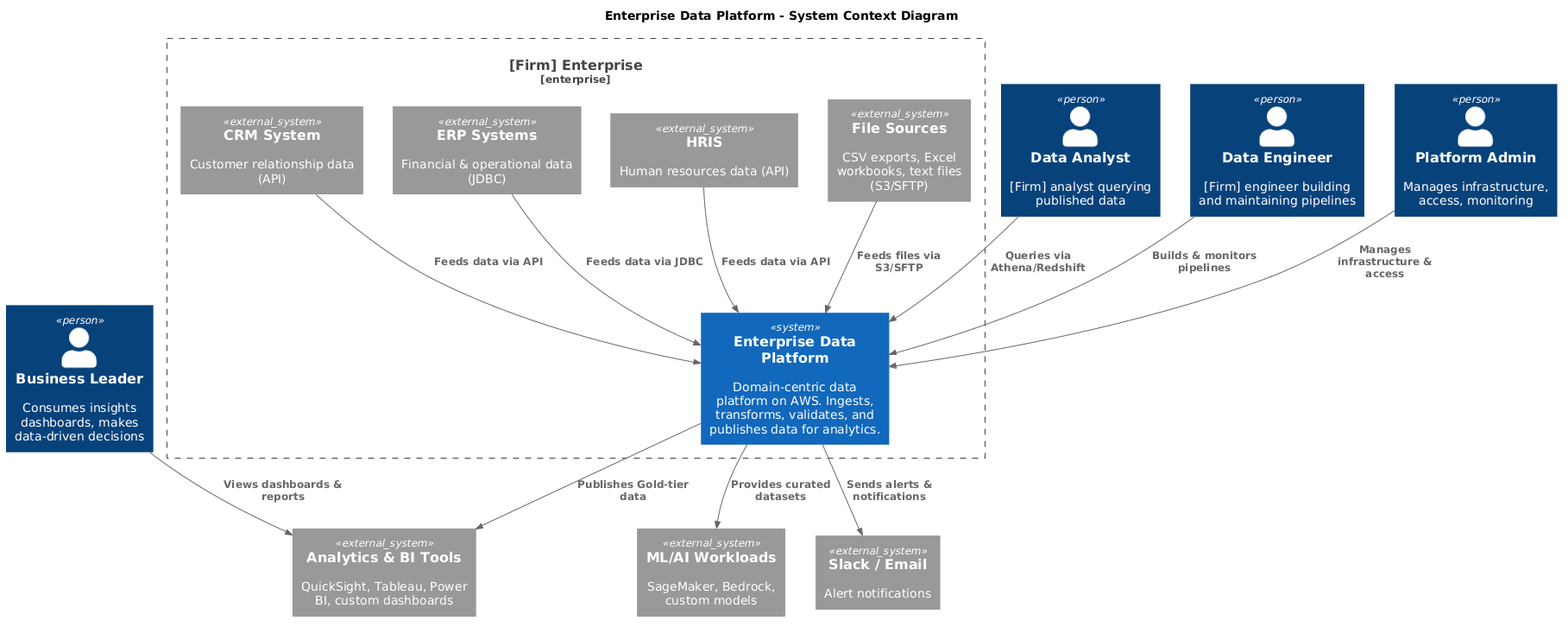
AKharytonchyk/assessment-rfp keeps this PlantUML diagram as docs/architecture/c4/c4-context.png. Above is the earlier version.
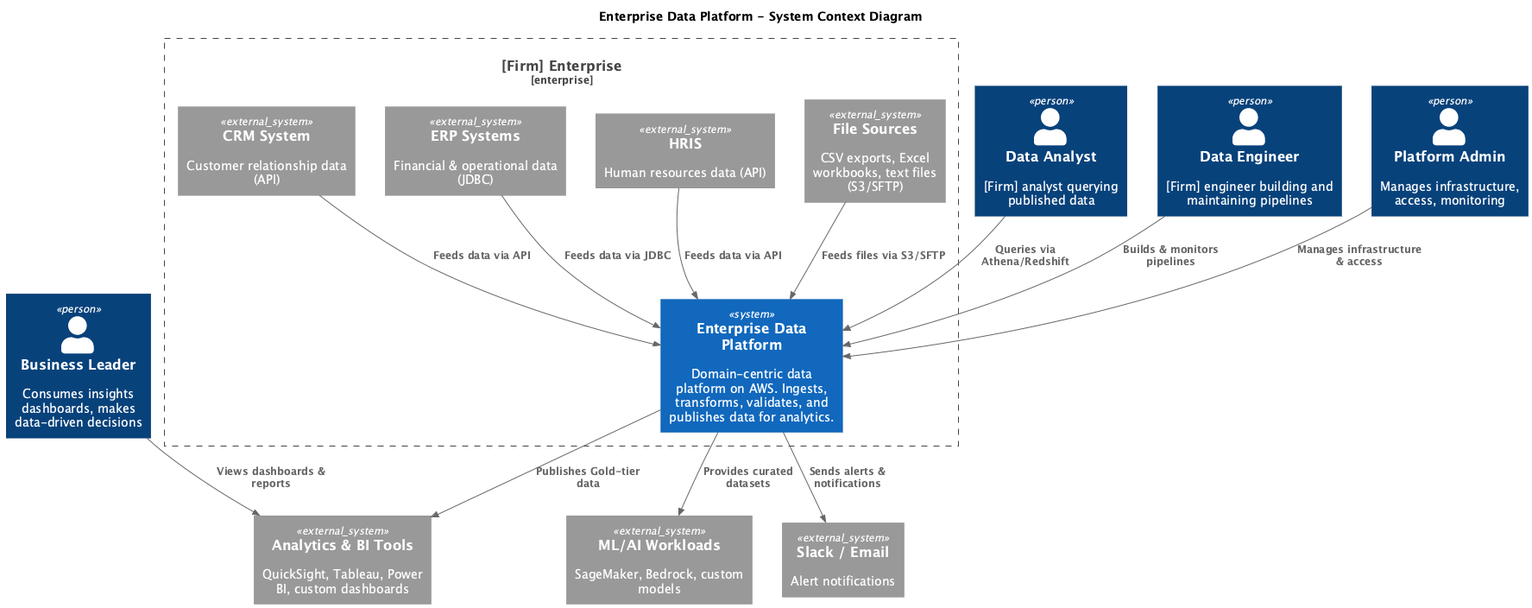
Later version of the same file.

Diff of the diagram source:
```diff
@@ -1,4 +1,4 @@
-@startuml
+@startuml c4-context
 !include https://raw.githubusercontent.com/plantuml-stdlib/C4-PlantUML/master/C4_Context.puml
 
 title Enterprise Data Platform - System Context Diagram
@@ -34,4 +34,5 @@
 Rel(data_analyst, edp, "Queries via Athena/Redshift")
 Rel(data_engineer, edp, "Builds & monitors pipelines")
 Rel(platform_admin, edp, "Manages infrastructure & access")
+
 @enduml
```
